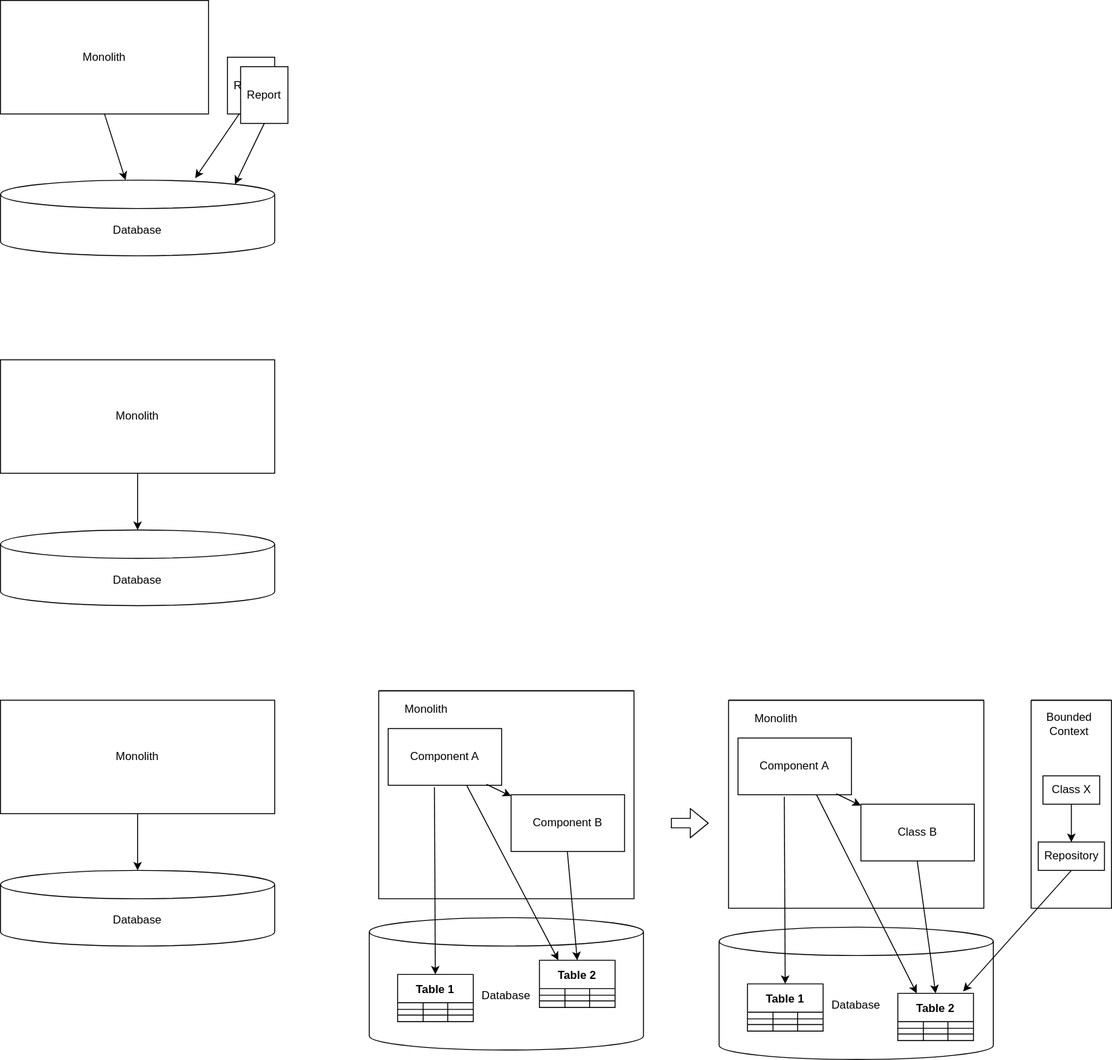
Earlier version of the draw.io export docs/images/domain-driven-refactorings/-template--monolithic-database.drawio.svg (hschwentner/hschwentner.io). Source tidied: cells renumbered, new cells last; positions are measured from the earlier drawing's top-left corner, leaving out a move shared by most shapes.
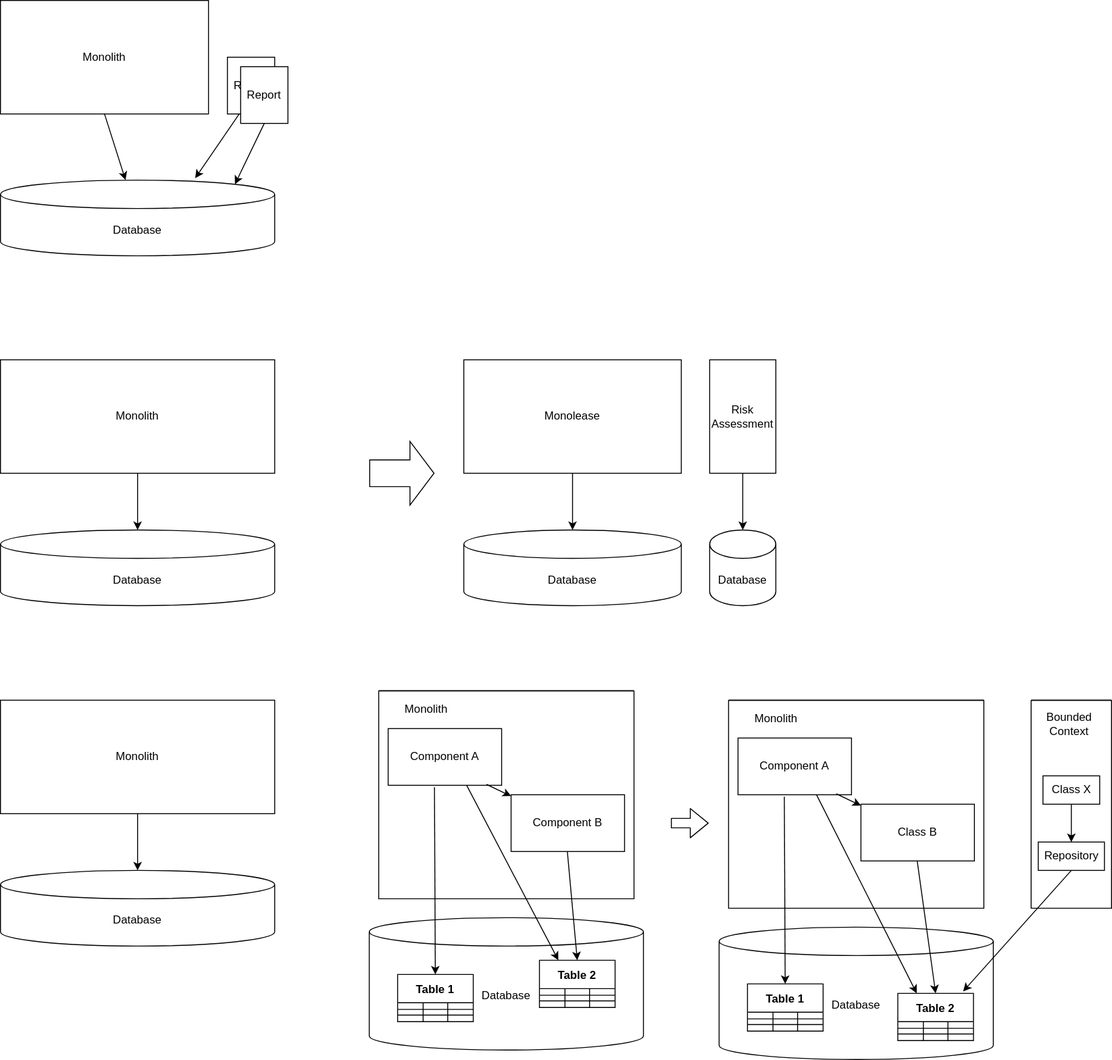
After the commit.

Change to the diagram source:
```diff
@@ -290,5 +290,29 @@
         </Array>
       </mxGeometry>
     </mxCell>
+    <mxCell id="92" style="shape=flexArrow;endArrow=classic;html=1;rounded=0;endWidth=38.14814814814815;endSize=8.15;width=28.333333333333332;" parent="1" edge="1">
+      <mxGeometry relative="1" as="geometry">
+        <mxPoint x="390" y="500" as="sourcePoint" />
+        <mxPoint x="459" y="500" as="targetPoint" />
+      </mxGeometry>
+    </mxCell>
+    <mxCell id="93" value="Database" style="shape=cylinder3;whiteSpace=wrap;html=1;boundedLbl=1;backgroundOutline=1;size=15;" parent="1" vertex="1">
+      <mxGeometry x="490" y="560" width="230" height="80" as="geometry" />
+    </mxCell>
+    <mxCell id="94" value="Monolease" style="rounded=0;whiteSpace=wrap;html=1;" parent="1" vertex="1">
+      <mxGeometry x="490" y="380" width="230" height="120" as="geometry" />
+    </mxCell>
+    <mxCell id="95" style="endArrow=classic;html=1;exitX=0.5;exitY=1;exitDx=0;exitDy=0;" parent="1" edge="1" source="94" target="93">
+      <mxGeometry relative="1" as="geometry" />
+    </mxCell>
+    <mxCell id="96" value="Database" style="shape=cylinder3;whiteSpace=wrap;html=1;boundedLbl=1;backgroundOutline=1;size=15;" parent="1" vertex="1">
+      <mxGeometry x="750" y="560" width="70" height="80" as="geometry" />
+    </mxCell>
+    <mxCell id="97" value="Risk Assessment" style="rounded=0;whiteSpace=wrap;html=1;" parent="1" vertex="1">
+      <mxGeometry x="750" y="380" width="70" height="120" as="geometry" />
+    </mxCell>
+    <mxCell id="98" style="endArrow=classic;html=1;exitX=0.5;exitY=1;exitDx=0;exitDy=0;" parent="1" edge="1" source="97" target="96">
+      <mxGeometry relative="1" as="geometry" />
+    </mxCell>
   </root>
 </mxGraphModel>
```
